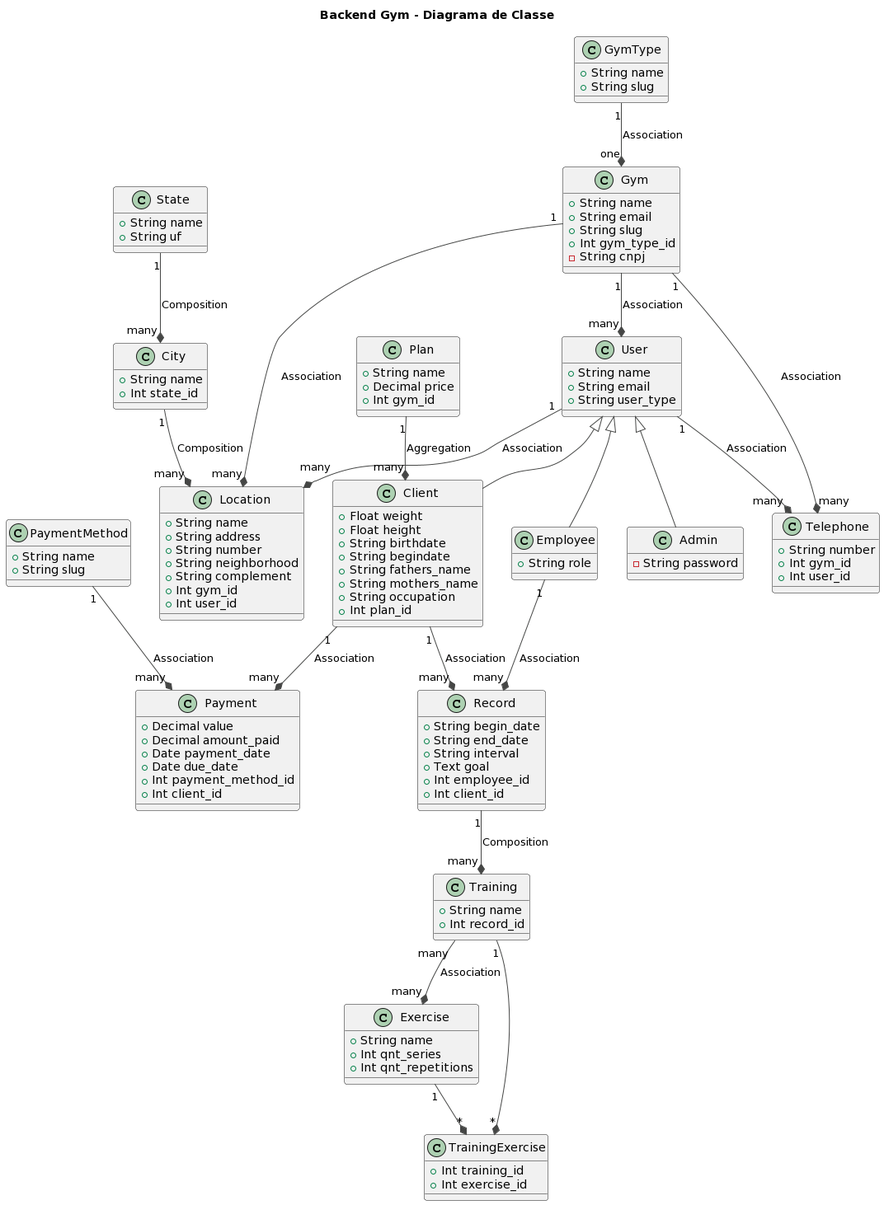
Earlier version of the PlantUML export docs/class_diagram.png (Luiz-Bernardes/backend-gym).
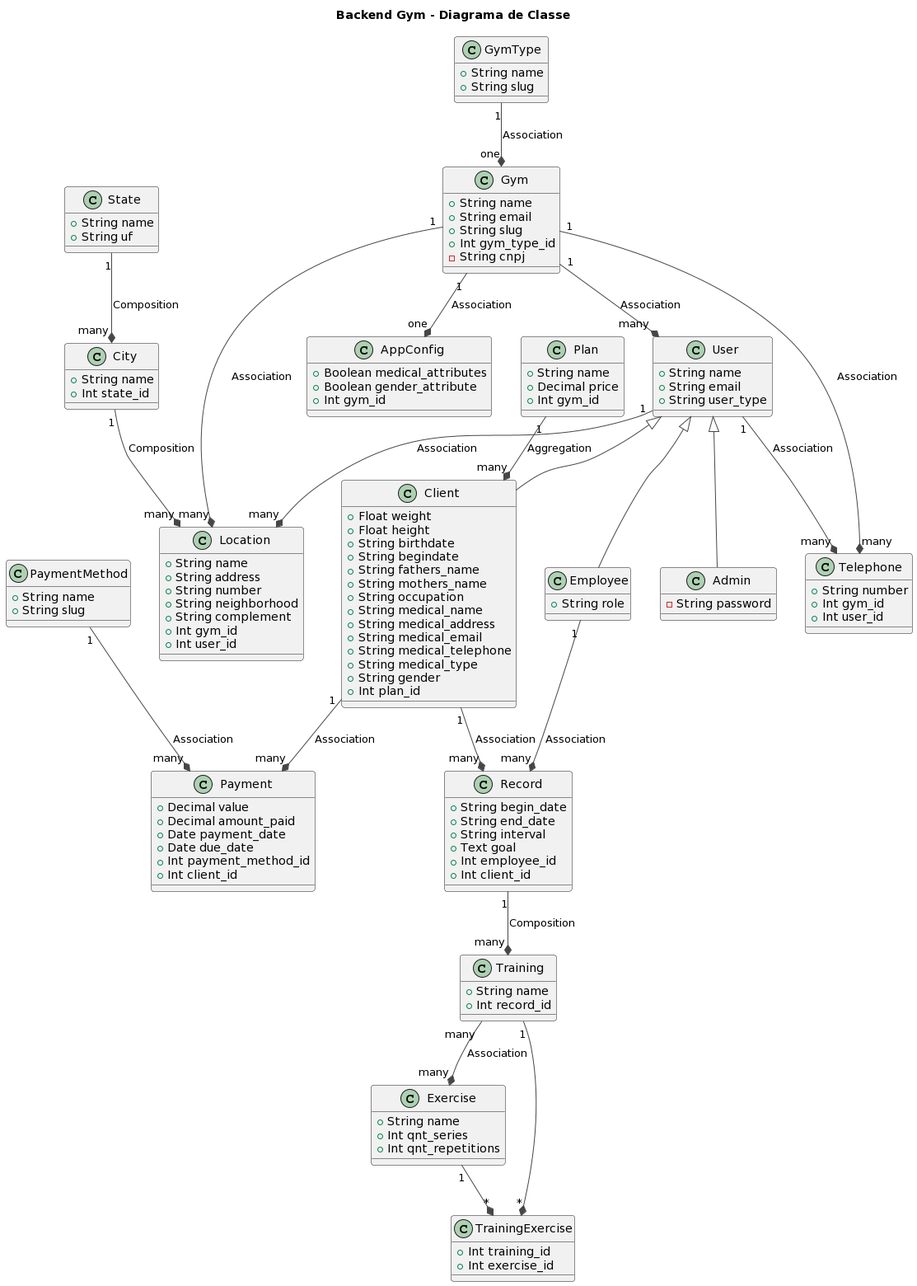
Above is the later version.

Change to the diagram source:
```diff
@@ -11,6 +11,12 @@
   +String slug
   +Int gym_type_id
   -String cnpj
+}
+
+class AppConfig {
+  +Boolean medical_attributes
+  +Boolean gender_attribute
+  +Int gym_id
 }
 
 class GymType {
@@ -62,6 +68,12 @@
   +String fathers_name
   +String mothers_name
   +String occupation
+  +String medical_name
+  +String medical_address
+  +String medical_email
+  +String medical_telephone
+  +String medical_type
+  +String gender
   +Int plan_id
 }
 
@@ -117,6 +129,7 @@
 
 User "many" *-up- "1" Gym: Association
 Gym "one" *-up- "1" GymType: Association
+AppConfig "one" *-up- "1" Gym: Association
 Telephone "many" *-up- "1" Gym: Association
 Location "many" *-up- "1" Gym: Association
 City "many" *-up- "1" State: Composition
```
